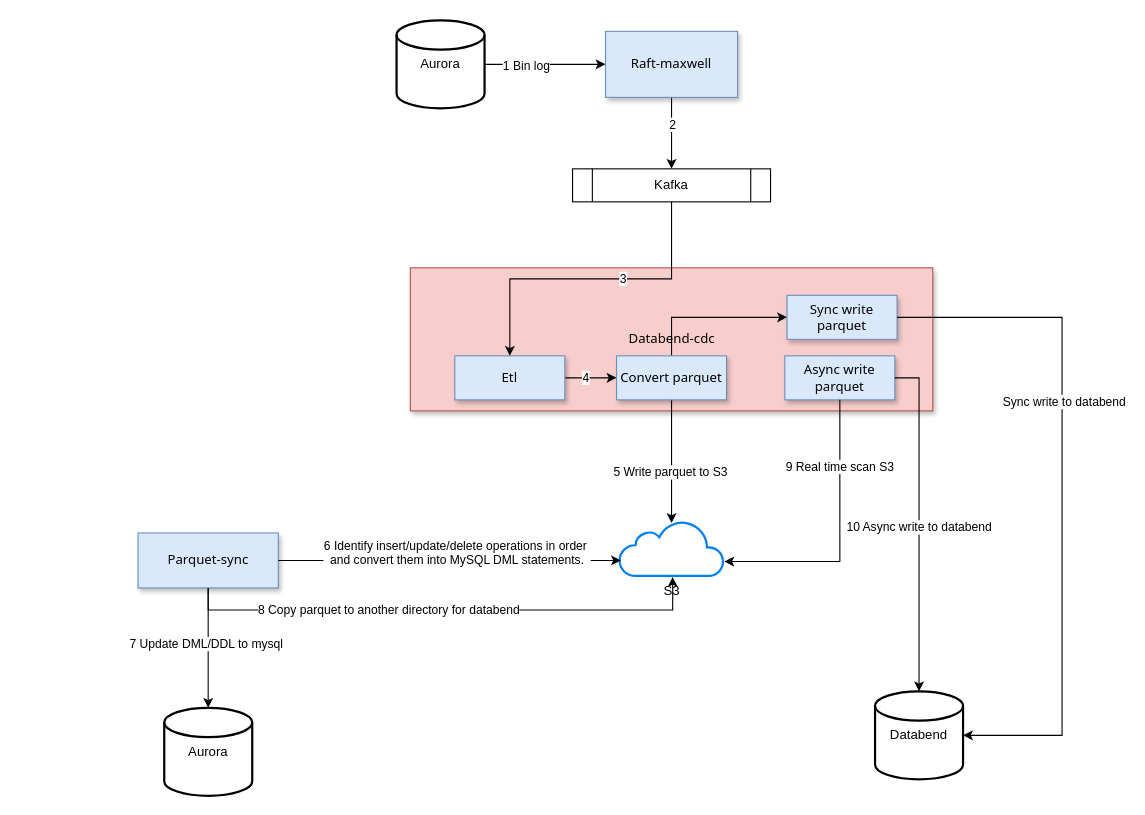
Before: doc/databend-parquet-mysql.drawio in jackjoesh/databend, a draw.io diagram. Source tidied: cells renumbered, new cells numbered last; positions are measured from the earlier drawing's top-left corner, leaving out a move shared by most shapes. Both pictures are drawn from the tidied source at 110%, with x=0, y=0 at pixel (138, 20).
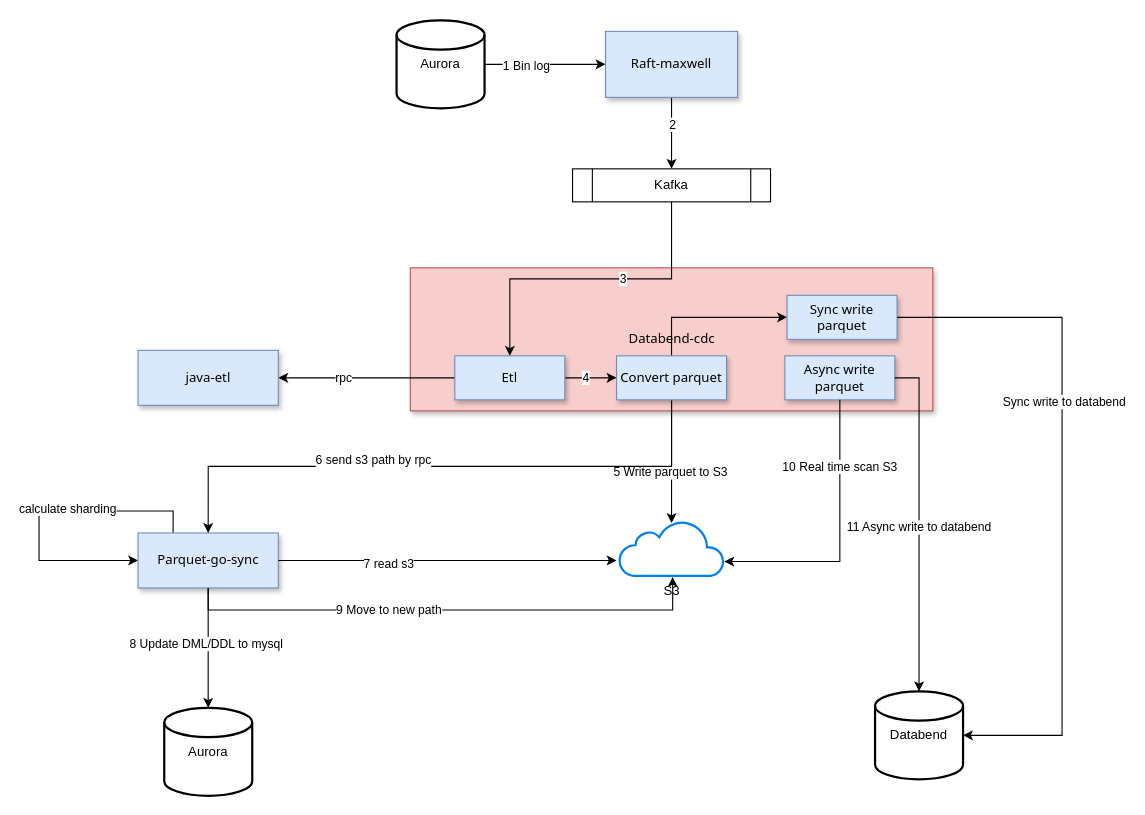
After the change.

The change refers to these unchanged cells:
```xml
<mxCell id="8" style="edgeStyle=orthogonalEdgeStyle;rounded=0;jettySize=auto;html=1;exitX=0.5;exitY=1;exitDx=0;exitDy=0;" parent="1" edge="1" source="10" target="14">
  <mxGeometry relative="1" as="geometry" />
</mxCell>
<mxCell id="13" value="S3" style="html=1;verticalLabelPosition=bottom;align=center;labelBackgroundColor=#ffffff;verticalAlign=top;strokeWidth=2;strokeColor=#0080F0;shadow=0;dashed=0;shape=mxgraph.ios7.icons.cloud;" parent="1" vertex="1">
  <mxGeometry x="437.5" y="455" width="95" height="50" as="geometry" />
</mxCell>
<mxCell id="22" value="Etl" style="rounded=0;whiteSpace=wrap;html=1;fillColor=#dae8fc;strokeColor=#6c8ebf;shadow=1;fontFamily=Tahoma;" parent="1" vertex="1">
  <mxGeometry x="288" y="305" width="100" height="40" as="geometry" />
</mxCell>
<mxCell id="24" value="Convert parquet" style="rounded=0;whiteSpace=wrap;html=1;fillColor=#dae8fc;strokeColor=#6c8ebf;shadow=1;fontFamily=Tahoma;" parent="1" vertex="1">
  <mxGeometry x="435" y="305" width="100" height="40" as="geometry" />
</mxCell>
<mxCell id="26" style="edgeStyle=orthogonalEdgeStyle;rounded=0;jettySize=auto;html=1;exitX=0.5;exitY=1;exitDx=0;exitDy=0;entryX=0.511;entryY=1.02;entryDx=0;entryDy=0;entryPerimeter=0;" parent="1" edge="1" source="10" target="13">
  <mxGeometry relative="1" as="geometry" />
</mxCell>
<mxCell id="28" style="edgeStyle=orthogonalEdgeStyle;rounded=0;jettySize=auto;html=1;exitX=0.5;exitY=1;exitDx=0;exitDy=0;entryX=1.005;entryY=0.74;entryDx=0;entryDy=0;entryPerimeter=0;" parent="1" edge="1" source="25" target="13">
  <mxGeometry relative="1" as="geometry" />
</mxCell>
<mxCell id="30" style="edgeStyle=orthogonalEdgeStyle;rounded=0;jettySize=auto;html=1;exitX=1;exitY=0.5;exitDx=0;exitDy=0;entryX=0.5;entryY=0;entryDx=0;entryDy=0;entryPerimeter=0;" parent="1" edge="1" source="25" target="15">
  <mxGeometry relative="1" as="geometry" />
</mxCell>
```

The edit, as a diff of the source:
```diff
@@
-    <mxCell id="9" value="7 Update DML/DDL to mysql" style="edgeLabel;html=1;align=center;verticalAlign=middle;" parent="8" vertex="1">
+    <mxCell id="9" value="8 Update DML/DDL to mysql" style="edgeLabel;html=1;align=center;verticalAlign=middle;" parent="8" vertex="1">
       <mxGeometry x="-0.09" y="-2" relative="1" as="geometry" />
     </mxCell>
+    <mxCell id="37" style="edgeStyle=orthogonalEdgeStyle;rounded=0;orthogonalLoop=1;jettySize=auto;html=1;exitX=0.25;exitY=0;exitDx=0;exitDy=0;entryX=0;entryY=0.5;entryDx=0;entryDy=0;" parent="1" edge="1" source="10" target="10">
+      <mxGeometry relative="1" as="geometry">
+        <Array as="points">
+          <mxPoint x="32" y="446" />
+          <mxPoint x="-90" y="446" />
+          <mxPoint x="-90" y="491" />
+        </Array>
+      </mxGeometry>
+    </mxCell>
+    <mxCell id="38" value="calculate sharding" style="edgeLabel;html=1;align=center;verticalAlign=middle;" parent="37" vertex="1">
+      <mxGeometry x="-0.16" y="-3" relative="1" as="geometry" />
+    </mxCell>
-    <mxCell id="10" value="Parquet-sync" style="rounded=0;whiteSpace=wrap;html=1;fillColor=#dae8fc;strokeColor=#6c8ebf;shadow=1;fontFamily=Tahoma;" parent="1" vertex="1">
+    <mxCell id="10" value="Parquet-go-sync" style="rounded=0;whiteSpace=wrap;html=1;fillColor=#dae8fc;strokeColor=#6c8ebf;shadow=1;fontFamily=Tahoma;" parent="1" vertex="1">
       <mxGeometry y="466" width="127.5" height="50" as="geometry" />
     </mxCell>
@@
-    <mxCell id="18" style="edgeStyle=orthogonalEdgeStyle;rounded=0;jettySize=auto;html=1;exitX=1;exitY=0.5;exitDx=0;exitDy=0;entryX=0.016;entryY=0.72;entryDx=0;entryDy=0;entryPerimeter=0;" parent="1" edge="1" source="10" target="13">
-      <mxGeometry relative="1" as="geometry" />
-    </mxCell>
-    <mxCell id="19" value="6 Identify insert/update/delete operations in order&amp;nbsp;&lt;div&gt;and convert them into MySQL DML statements.&lt;/div&gt;&lt;div&gt;&lt;br&gt;&lt;/div&gt;" style="edgeLabel;html=1;align=center;verticalAlign=middle;" parent="18" vertex="1">
-      <mxGeometry x="0.04" y="1" relative="1" as="geometry" />
-    </mxCell>
@@
+    <mxCell id="39" style="edgeStyle=orthogonalEdgeStyle;rounded=0;jettySize=auto;html=1;exitX=0;exitY=0.5;exitDx=0;exitDy=0;entryX=1;entryY=0.5;entryDx=0;entryDy=0;" parent="1" edge="1" source="22" target="43">
+      <mxGeometry relative="1" as="geometry" />
+    </mxCell>
+    <mxCell id="40" value="rpc" style="edgeLabel;html=1;align=center;verticalAlign=middle;" parent="39" vertex="1">
+      <mxGeometry x="0.27" y="-1" relative="1" as="geometry" />
+    </mxCell>
@@
+    <mxCell id="41" style="edgeStyle=orthogonalEdgeStyle;rounded=0;jettySize=auto;html=1;exitX=0.5;exitY=1;exitDx=0;exitDy=0;entryX=0.5;entryY=0;entryDx=0;entryDy=0;" parent="1" edge="1" source="24" target="10">
+      <mxGeometry relative="1" as="geometry" />
+    </mxCell>
+    <mxCell id="42" value="6 send s3 path by rpc&lt;div&gt;&lt;br&gt;&lt;/div&gt;" style="edgeLabel;html=1;align=center;verticalAlign=middle;" parent="41" vertex="1">
+      <mxGeometry x="0.23" y="1" relative="1" as="geometry">
+        <mxPoint x="1" as="offset" />
+      </mxGeometry>
+    </mxCell>
@@
-    <mxCell id="27" value="8 Copy parquet to another directory for databend" style="edgeLabel;html=1;align=center;verticalAlign=middle;" parent="26" vertex="1">
+    <mxCell id="27" value="9 Move to new path" style="edgeLabel;html=1;align=center;verticalAlign=middle;" parent="26" vertex="1">
       <mxGeometry x="-0.22" y="1" relative="1" as="geometry" />
     </mxCell>
@@
-    <mxCell id="29" value="9 Real time scan S3" style="edgeLabel;html=1;align=center;verticalAlign=middle;" parent="28" vertex="1">
+    <mxCell id="29" value="10 Real time scan S3" style="edgeLabel;html=1;align=center;verticalAlign=middle;" parent="28" vertex="1">
       <mxGeometry x="-0.52" y="-1" relative="1" as="geometry" />
     </mxCell>
@@
-    <mxCell id="31" value="10 Async write to databend" style="edgeLabel;html=1;align=center;verticalAlign=middle;" parent="30" vertex="1">
+    <mxCell id="31" value="11 Async write to databend" style="edgeLabel;html=1;align=center;verticalAlign=middle;" parent="30" vertex="1">
       <mxGeometry x="0.02" y="-1" relative="1" as="geometry" />
     </mxCell>
@@
+    <mxCell id="43" value="java-etl" style="rounded=0;whiteSpace=wrap;html=1;fillColor=#dae8fc;strokeColor=#6c8ebf;shadow=1;fontFamily=Tahoma;" parent="1" vertex="1">
+      <mxGeometry y="300" width="127.5" height="50" as="geometry" />
+    </mxCell>
+    <mxCell id="18" style="edgeStyle=orthogonalEdgeStyle;rounded=0;jettySize=auto;html=1;exitX=1;exitY=0.5;exitDx=0;exitDy=0;entryX=-0.026;entryY=0.72;entryDx=0;entryDy=0;entryPerimeter=0;" parent="1" edge="1" source="10" target="13">
+      <mxGeometry relative="1" as="geometry" />
+    </mxCell>
+    <mxCell id="44" value="7 read s3" style="edgeLabel;html=1;align=center;verticalAlign=middle;" parent="18" vertex="1">
+      <mxGeometry x="-0.35" y="-2" relative="1" as="geometry" />
+    </mxCell>
```
